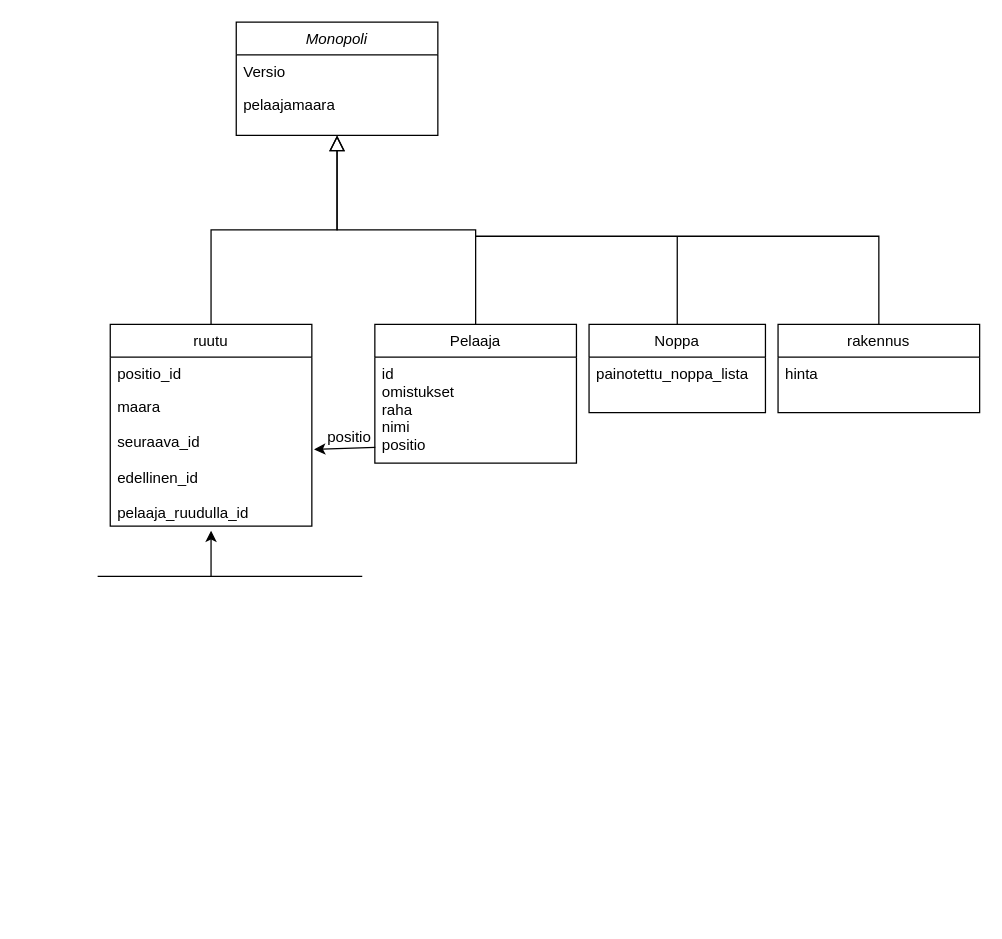
Above: laskarit/viikko3/monopoliClassDiagram.drawio in sepaww/ot-harjoitustyo (draw.io), before the change. Source tidied: cells renumbered, new cells numbered last; positions are measured from the earlier drawing's top-left corner, leaving out a move shared by most shapes. Both pictures are drawn from the tidied source at 126%, with x=0, y=0 at pixel (97, 21).
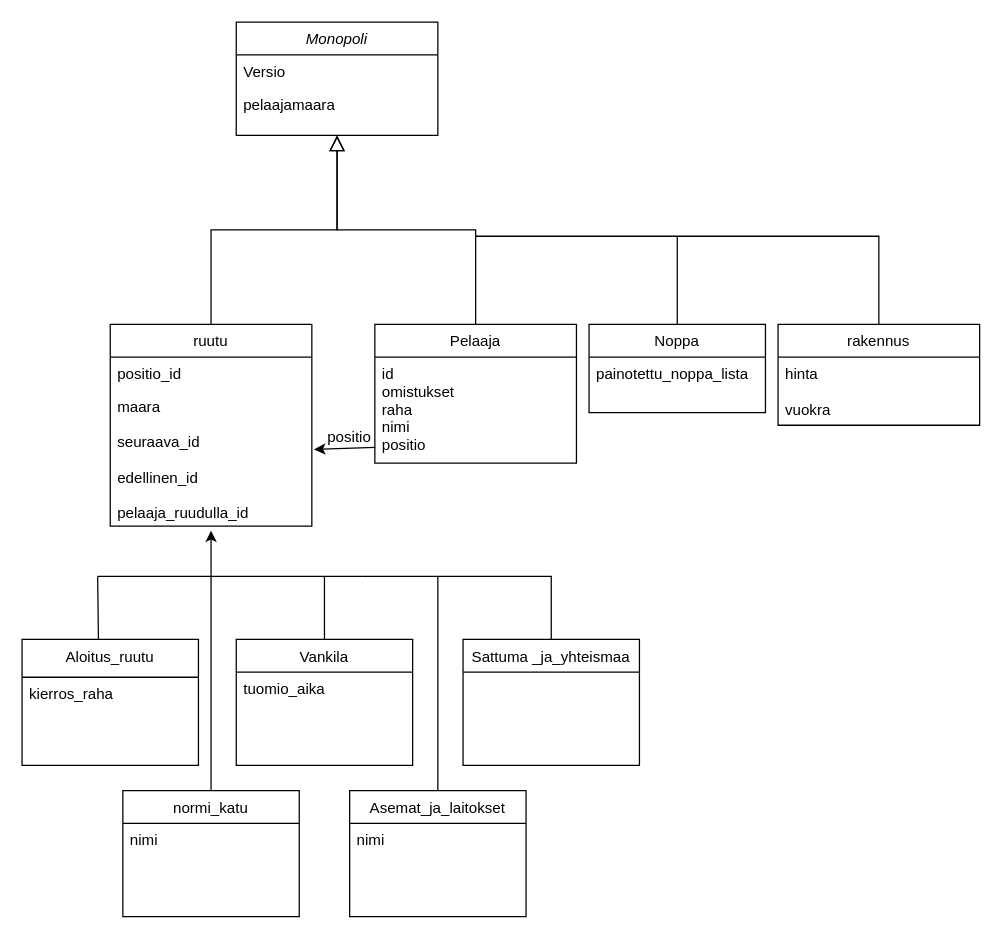
The same page after the edit.

What changed in the source:
```diff
@@
     <mxCell id="12" value="rakennus" style="swimlane;fontStyle=0;align=center;verticalAlign=top;horizontal=1;startSize=26;rounded=0;shadow=0;strokeWidth=1;" parent="1" vertex="1">
-      <mxGeometry x="540" y="240" width="160" height="70" as="geometry" />
+      <mxGeometry x="540" y="240" width="160" height="80" as="geometry" />
     </mxCell>
-    <mxCell id="13" value="hinta&#10;&#10;" style="text;align=left;verticalAlign=top;spacingLeft=4;spacingRight=4;overflow=hidden;" parent="12" vertex="1">
-      <mxGeometry y="26" width="160" height="26" as="geometry" />
+    <mxCell id="13" value="hinta&#10;&#10;vuokra" style="text;align=left;verticalAlign=top;spacingLeft=4;spacingRight=4;overflow=hidden;" parent="12" vertex="1">
+      <mxGeometry y="26" width="160" height="54" as="geometry" />
     </mxCell>
@@
+    <mxCell id="22" value="Aloitus_ruutu" style="swimlane;fontStyle=0;align=center;verticalAlign=top;horizontal=1;startSize=30;rounded=0;shadow=0;strokeWidth=1;" parent="1" vertex="1">
+      <mxGeometry x="-60" y="490" width="140" height="100" as="geometry" />
+    </mxCell>
+    <mxCell id="23" value="kierros_raha" style="text;align=left;verticalAlign=top;spacingLeft=4;spacingRight=4;overflow=hidden;" parent="22" vertex="1">
+      <mxGeometry y="30" width="140" height="26" as="geometry" />
+    </mxCell>
+    <mxCell id="24" value="Vankila" style="swimlane;fontStyle=0;align=center;verticalAlign=top;horizontal=1;startSize=26;rounded=0;shadow=0;strokeWidth=1;" parent="1" vertex="1">
+      <mxGeometry x="110" y="490" width="140" height="100" as="geometry" />
+    </mxCell>
+    <mxCell id="25" value="tuomio_aika" style="text;align=left;verticalAlign=top;spacingLeft=4;spacingRight=4;overflow=hidden;" parent="24" vertex="1">
+      <mxGeometry y="26" width="140" height="34" as="geometry" />
+    </mxCell>
+    <mxCell id="26" value="Sattuma _ja_yhteismaa" style="swimlane;fontStyle=0;align=center;verticalAlign=top;horizontal=1;startSize=26;rounded=0;shadow=0;strokeWidth=1;" parent="1" vertex="1">
+      <mxGeometry x="290" y="490" width="140" height="100" as="geometry" />
+    </mxCell>
+    <mxCell id="27" value="normi_katu" style="swimlane;fontStyle=0;align=center;verticalAlign=top;horizontal=1;startSize=26;rounded=0;shadow=0;strokeWidth=1;" parent="1" vertex="1">
+      <mxGeometry x="20" y="610" width="140" height="100" as="geometry" />
+    </mxCell>
+    <mxCell id="28" value="nimi" style="text;align=left;verticalAlign=top;spacingLeft=4;spacingRight=4;overflow=hidden;" parent="27" vertex="1">
+      <mxGeometry y="26" width="140" height="26" as="geometry" />
+    </mxCell>
+    <mxCell id="29" value="Asemat_ja_laitokset" style="swimlane;fontStyle=0;align=center;verticalAlign=top;horizontal=1;startSize=26;rounded=0;shadow=0;strokeWidth=1;" parent="1" vertex="1">
+      <mxGeometry x="200" y="610" width="140" height="100" as="geometry" />
+    </mxCell>
+    <mxCell id="30" value="nimi" style="text;align=left;verticalAlign=top;spacingLeft=4;spacingRight=4;overflow=hidden;" parent="29" vertex="1">
+      <mxGeometry y="26" width="140" height="26" as="geometry" />
+    </mxCell>
+    <mxCell id="31" style="endArrow=none;html=1;rounded=0;exitX=0.5;exitY=0;exitDx=0;exitDy=0;" parent="1" edge="1" source="26">
+      <mxGeometry relative="1" as="geometry">
+        <mxPoint x="210" y="440" as="targetPoint" />
+        <Array as="points">
+          <mxPoint x="360" y="440" />
+        </Array>
+      </mxGeometry>
+    </mxCell>
+    <mxCell id="32" style="endArrow=none;html=1;rounded=0;exitX=0.5;exitY=0;exitDx=0;exitDy=0;" parent="1" edge="1" source="24">
+      <mxGeometry relative="1" as="geometry">
+        <mxPoint x="180" y="440" as="targetPoint" />
+      </mxGeometry>
+    </mxCell>
+    <mxCell id="33" style="endArrow=none;html=1;rounded=0;exitX=0.5;exitY=0;exitDx=0;exitDy=0;" parent="1" edge="1" source="29">
+      <mxGeometry relative="1" as="geometry">
+        <mxPoint x="270" y="440" as="targetPoint" />
+      </mxGeometry>
+    </mxCell>
+    <mxCell id="34" style="endArrow=none;html=1;rounded=0;exitX=0.5;exitY=0;exitDx=0;exitDy=0;" parent="1" edge="1" source="27">
+      <mxGeometry relative="1" as="geometry">
+        <mxPoint x="90" y="440" as="targetPoint" />
+      </mxGeometry>
+    </mxCell>
+    <mxCell id="35" style="endArrow=none;html=1;rounded=0;exitX=0.433;exitY=-0.002;exitDx=0;exitDy=0;exitPerimeter=0;" parent="1" edge="1" source="22">
+      <mxGeometry relative="1" as="geometry">
+        <mxPoint y="440" as="targetPoint" />
+      </mxGeometry>
+    </mxCell>
```
